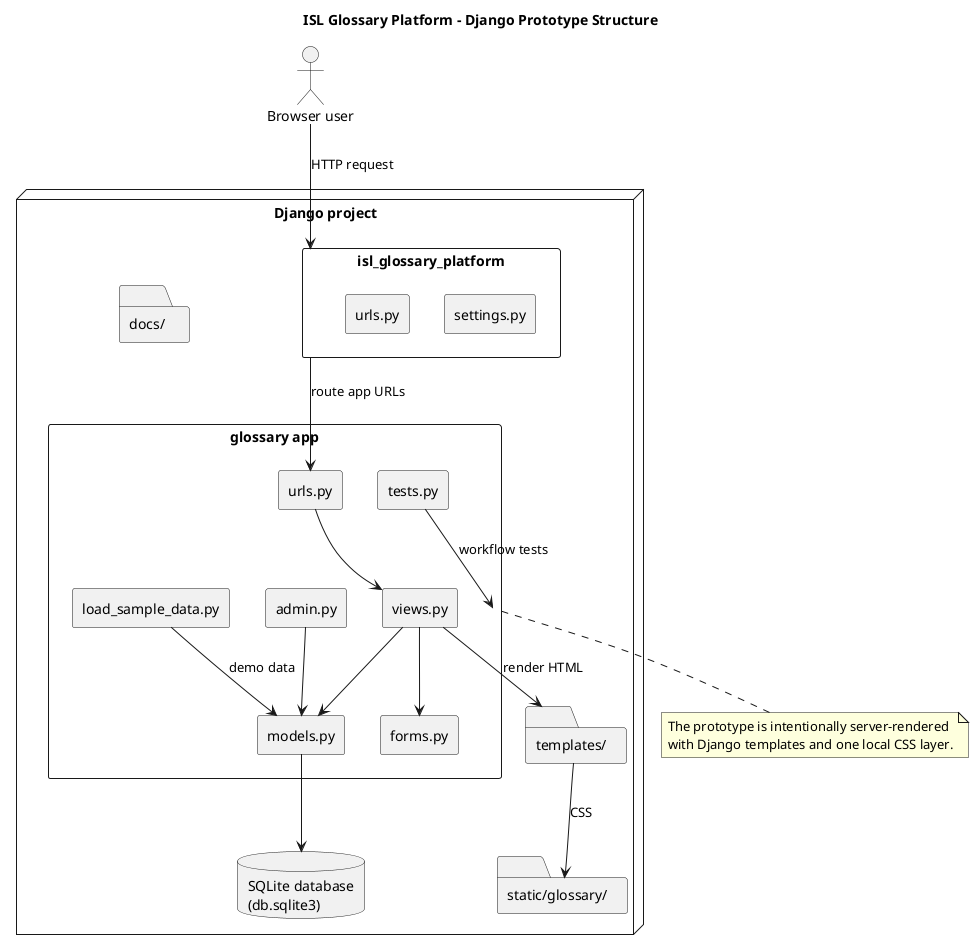
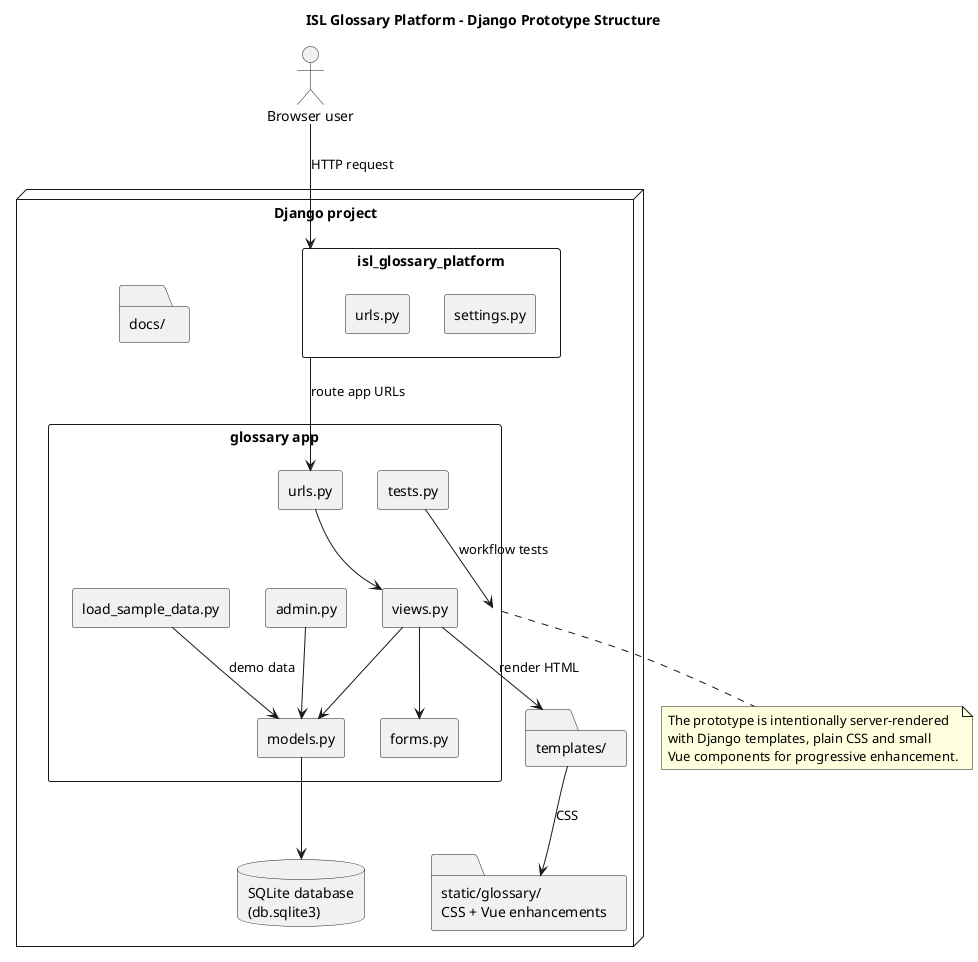
@startuml
title ISL Glossary Platform - Django Prototype Structure

skinparam componentStyle rectangle
skinparam shadowing false

actor "Browser user" as User

node "Django project" {
  component "isl_glossary_platform" as Project {
    [settings.py]
    [urls.py]
  }

  component "glossary app" as App {
    [models.py]
    [views.py]
    [forms.py]
    [admin.py]
    [urls.py] as AppUrls
    [tests.py]
    [load_sample_data.py]
  }

  database "SQLite database\n(db.sqlite3)" as DB
  folder "templates/" as Templates
-   folder "static/glossary/" as Static
+   folder "static/glossary/\nCSS + Vue enhancements" as Static
  folder "docs/" as Docs
}

User --> Project : HTTP request
Project --> AppUrls : route app URLs
AppUrls --> [views.py]
[views.py] --> [forms.py]
[views.py] --> [models.py]
[admin.py] --> [models.py]
[models.py] --> DB
[views.py] --> Templates : render HTML
Templates --> Static : CSS
[load_sample_data.py] --> [models.py] : demo data
[tests.py] --> App : workflow tests

note bottom of App
The prototype is intentionally server-rendered
- with Django templates and one local CSS layer.
+ with Django templates, plain CSS and small
+ Vue components for progressive enhancement.
end note

@enduml
